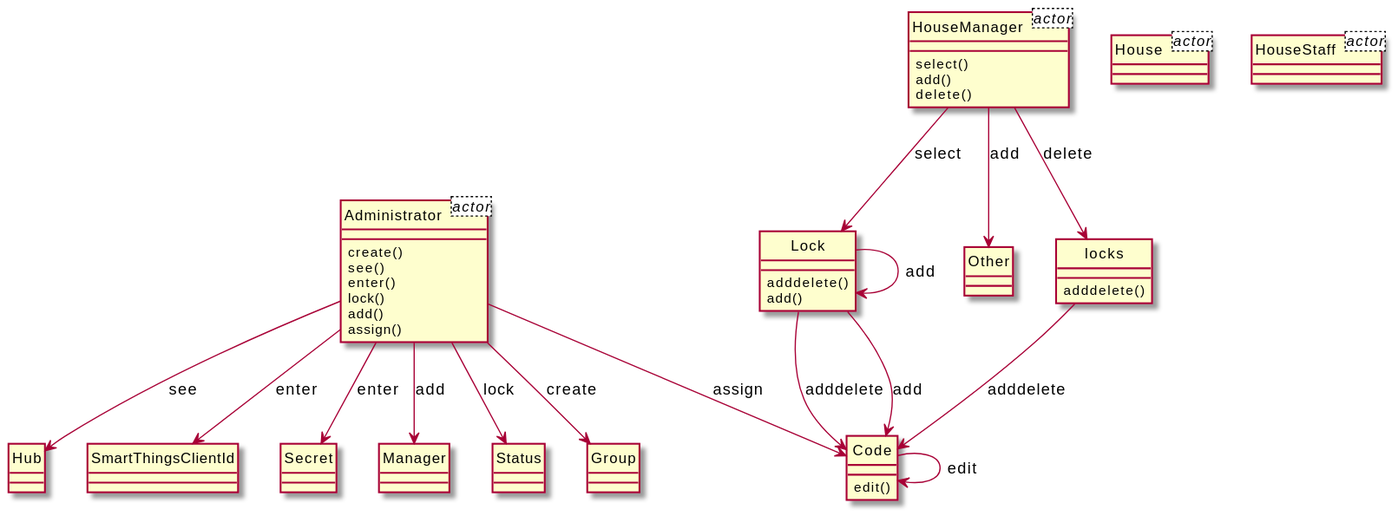
This is output/diagram_5/2017-USC-Project05.svg from xixixhalu/DomainModelExtractor, a PlantUML export, as it was before one commit.
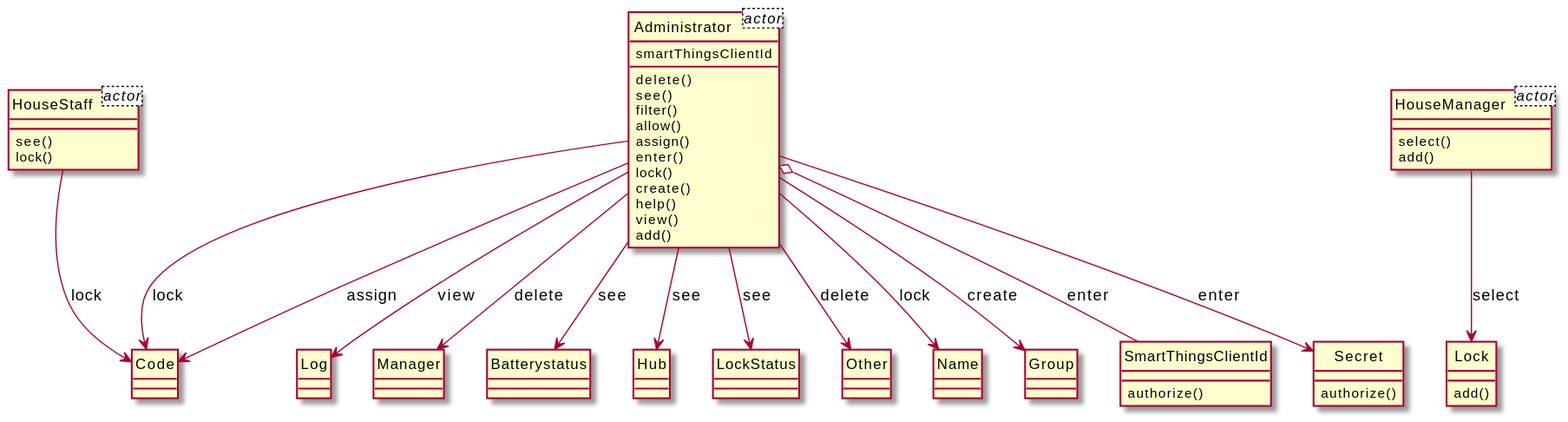
After the change.

Change to the diagram source:
```diff
@@ -1,63 +1,72 @@
 @startuml
 hide circle
 class Administrator<actor> {
+	smartThingsClientId
 }
 class HouseManager<actor> {
-}
-class House<actor> {
 }
 class HouseStaff<actor> {
 }
 class Administrator {
-	create()
+	delete()
 	see()
+	filter()
+	allow()
+	assign()
 	enter()
 	lock()
+	create()
+	help()
+	view()
 	add()
-	assign()
 }
-class Hub {
+class Secret {
+	authorize()
 }
 class Code {
-	edit()
+}
+class Log {
+}
+class Manager {
 }
 class HouseManager {
 	select()
 	add()
-	delete()
 }
-class Lock {
-	adddelete()
-	add()
+class HouseStaff {
+	see()
+	lock()
 }
-class SmartThingsClientId {
+class Batterystatus {
 }
-class Secret {
+class Hub {
+}
+class LockStatus {
 }
 class Other {
 }
-class locks {
-	adddelete()
+class Name {
 }
-class Manager {
-}
-class Status {
+class Lock {
+	add()
 }
 class Group {
 }
-Lock --> Code : adddelete
-locks --> Code : adddelete
-Lock --> Lock : add
+class SmartThingsClientId {
+	authorize()
+}
+HouseManager --> Lock : select
+Administrator --> Hub : see
+Administrator --> Code : lock
+Administrator o-- SmartThingsClientId : enter
 Administrator --> Secret : enter
-HouseManager --> Lock : select
+Administrator --> Log : view
+Administrator --> Name : lock
 Administrator --> Group : create
-Administrator --> Hub : see
-Code --> Code : edit
-Administrator --> Manager : add
-HouseManager --> Other : add
-Administrator --> SmartThingsClientId : enter
-Lock --> Code : add
+Administrator --> LockStatus : see
+Administrator --> Batterystatus : see
+Administrator --> Manager : delete
+Administrator --> Other : delete
+HouseStaff --> Code : lock
 Administrator --> Code : assign
-HouseManager --> locks : delete
-Administrator --> Status : lock
 @enduml
```
